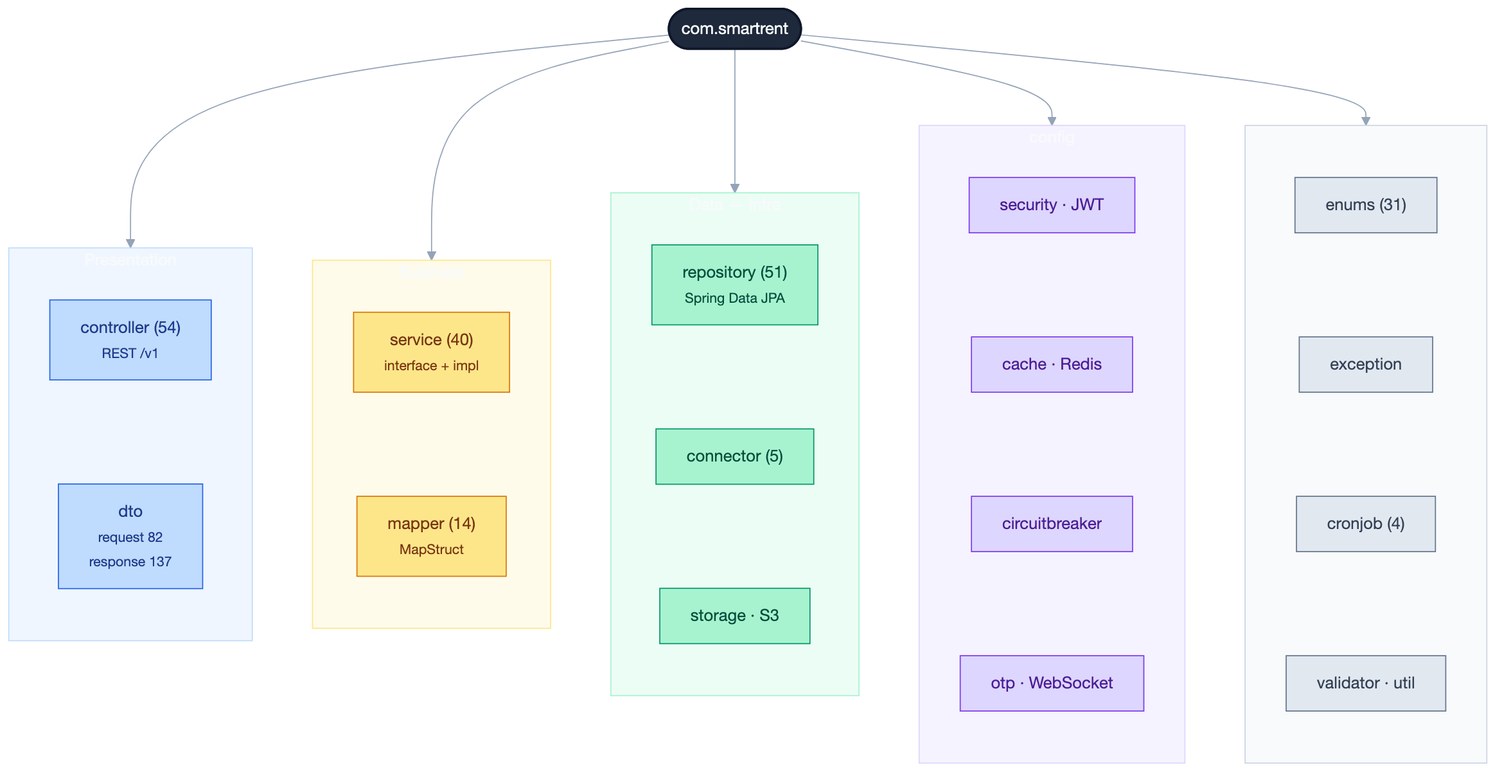
Before: diagrams/be/png/02-package-structure.png, a diagram exported from Mermaid (huynhtranty/smartrent-report). Its source is kept beside it as diagrams/be/src/02-package-structure.mmd.
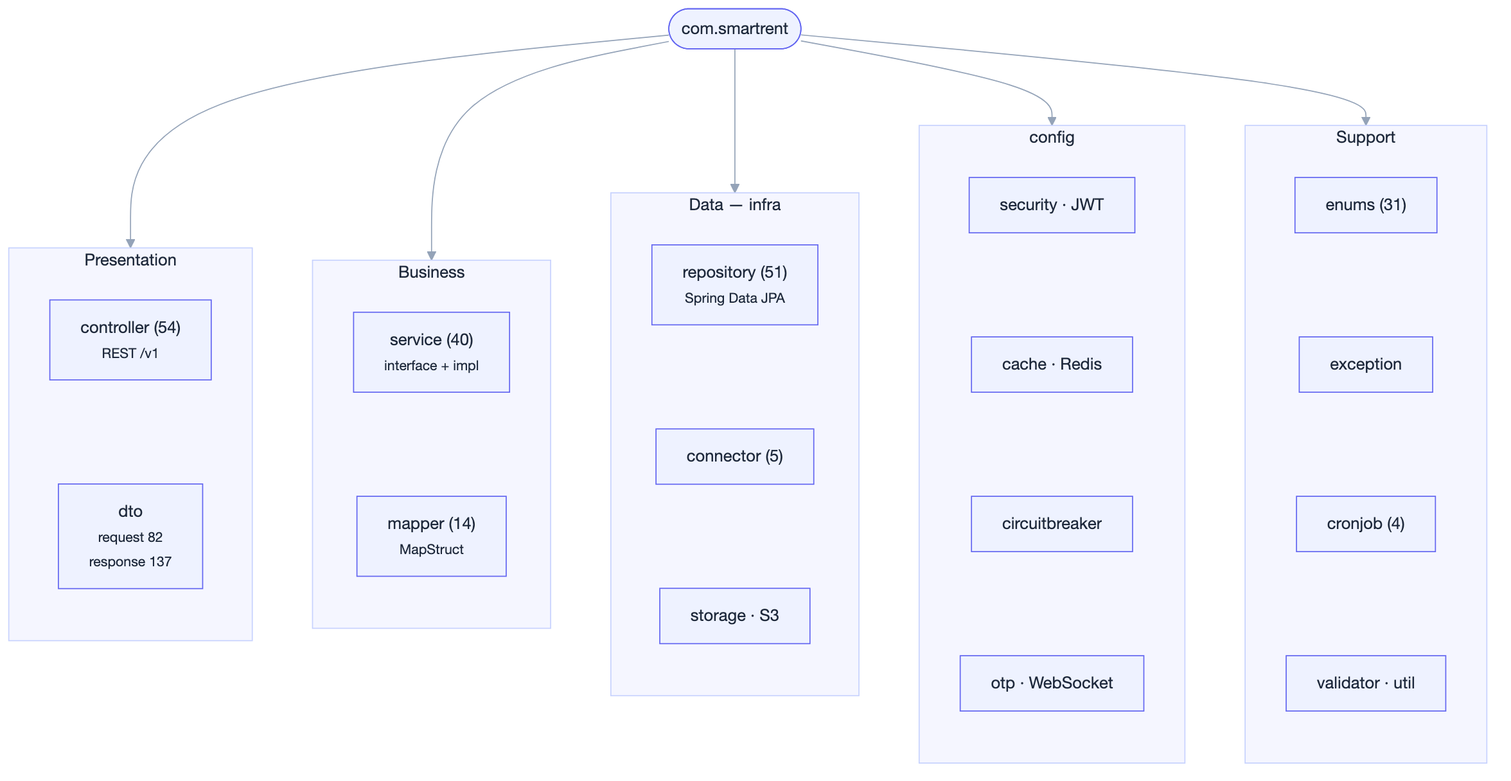
Later version of the same file.

Diff of the diagram source:
```diff
@@ -22,21 +22,3 @@
  direction TB
  enums["enums (31)"] ~~~ exc["exception"] ~~~ cron["cronjob (4)"] ~~~ val["validator · util"]
  end
-
- classDef root fill:#1e293b,stroke:#0f172a,color:#f8fafc,stroke-width:2px
- classDef pres fill:#bfdbfe,stroke:#2563eb,color:#1e3a8a
- classDef biz fill:#fde68a,stroke:#d97706,color:#78350f
- classDef data fill:#a7f3d0,stroke:#059669,color:#064e3b
- classDef cfg fill:#ddd6fe,stroke:#7c3aed,color:#4c1d95
- classDef sup fill:#e2e8f0,stroke:#64748b,color:#334155
- class root root
- class controller,dto pres
- class service,mapper biz
- class repo,conn,stor data
- class sec,cache,cb,misc cfg
- class enums,exc,cron,val sup
- style L1 fill:#eff6ff,stroke:#bfdbfe
- style L2 fill:#fffbeb,stroke:#fde68a
- style L3 fill:#ecfdf5,stroke:#a7f3d0
- style L4 fill:#f5f3ff,stroke:#ddd6fe
- style L5 fill:#f8fafc,stroke:#cbd5e1
```
